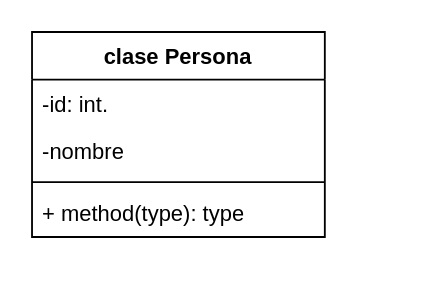
The draw.io diagram src/Diagrama sin título.drawio in Mariayey12/EJERCICIOWORKSHOPPROGRAMACIONORIENTADA-OBJECTOS, before the edit. Source tidied: cells renumbered, new cells numbered last; positions are measured from the earlier drawing's top-left corner, leaving out a move shared by most shapes. Both pictures are drawn from the tidied source at 183%, with x=0, y=0 at pixel (31, 31).
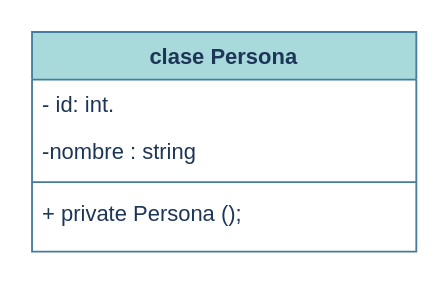
After the change.

Change to the diagram source:
```diff
@@
 <mxGraphModel>
   <root>
     <mxCell id="0" />
     <mxCell id="1" parent="0" />
-    <mxCell id="2" value="&amp;nbsp;clase Persona&amp;nbsp;" style="swimlane;fontStyle=1;align=center;verticalAlign=top;horizontal=1;startSize=26;whiteSpace=wrap;html=1;" parent="1" vertex="1">
-      <mxGeometry width="160" height="112" as="geometry" />
+    <mxCell id="2" value="&amp;nbsp;clase Persona&amp;nbsp;" style="swimlane;fontStyle=1;align=center;verticalAlign=top;horizontal=1;startSize=26;whiteSpace=wrap;html=1;labelBackgroundColor=none;fillColor=#A8DADC;strokeColor=#457B9D;fontColor=#1D3557;" parent="1" vertex="1">
+      <mxGeometry width="210" height="120" as="geometry" />
     </mxCell>
-    <mxCell id="3" value="-id: int." style="text;strokeColor=none;fillColor=none;align=left;verticalAlign=top;spacingLeft=4;spacingRight=4;overflow=hidden;whiteSpace=wrap;html=1;" parent="2" vertex="1">
-      <mxGeometry y="26" width="160" height="26" as="geometry" />
+    <mxCell id="3" value="- id: int." style="text;strokeColor=none;fillColor=none;align=left;verticalAlign=top;spacingLeft=4;spacingRight=4;overflow=hidden;whiteSpace=wrap;html=1;labelBackgroundColor=none;fontColor=#1D3557;" parent="2" vertex="1">
+      <mxGeometry y="26" width="210" height="26" as="geometry" />
     </mxCell>
-    <mxCell id="4" value="-nombre&amp;nbsp;" style="text;strokeColor=none;fillColor=none;align=left;verticalAlign=top;spacingLeft=4;spacingRight=4;overflow=hidden;whiteSpace=wrap;html=1;" parent="2" vertex="1">
-      <mxGeometry y="52" width="160" height="26" as="geometry" />
+    <mxCell id="4" value="-nombre :&amp;nbsp;string" style="text;strokeColor=none;fillColor=none;align=left;verticalAlign=top;spacingLeft=4;spacingRight=4;overflow=hidden;whiteSpace=wrap;html=1;labelBackgroundColor=none;fontColor=#1D3557;" parent="2" vertex="1">
+      <mxGeometry y="52" width="210" height="26" as="geometry" />
     </mxCell>
-    <mxCell id="5" style="line;strokeWidth=1;fillColor=none;align=left;verticalAlign=middle;spacingTop=-1;spacingLeft=3;spacingRight=3;labelPosition=right;strokeColor=inherit;" parent="2" vertex="1">
-      <mxGeometry y="78" width="160" height="8" as="geometry" />
+    <mxCell id="5" style="line;strokeWidth=1;fillColor=none;align=left;verticalAlign=middle;spacingTop=-1;spacingLeft=3;spacingRight=3;labelPosition=right;strokeColor=#457B9D;labelBackgroundColor=none;fontColor=#1D3557;" parent="2" vertex="1">
+      <mxGeometry y="78" width="210" height="8" as="geometry" />
     </mxCell>
-    <mxCell id="6" value="+ method(type): type" style="text;strokeColor=none;fillColor=none;align=left;verticalAlign=top;spacingLeft=4;spacingRight=4;overflow=hidden;whiteSpace=wrap;html=1;" parent="2" vertex="1">
-      <mxGeometry y="86" width="160" height="26" as="geometry" />
+    <mxCell id="6" value="+ private Persona ();&amp;nbsp;" style="text;strokeColor=none;fillColor=none;align=left;verticalAlign=top;spacingLeft=4;spacingRight=4;overflow=hidden;whiteSpace=wrap;html=1;labelBackgroundColor=none;fontColor=#1D3557;" parent="2" vertex="1">
+      <mxGeometry y="86" width="210" height="34" as="geometry" />
     </mxCell>
   </root>
 </mxGraphModel>
```
